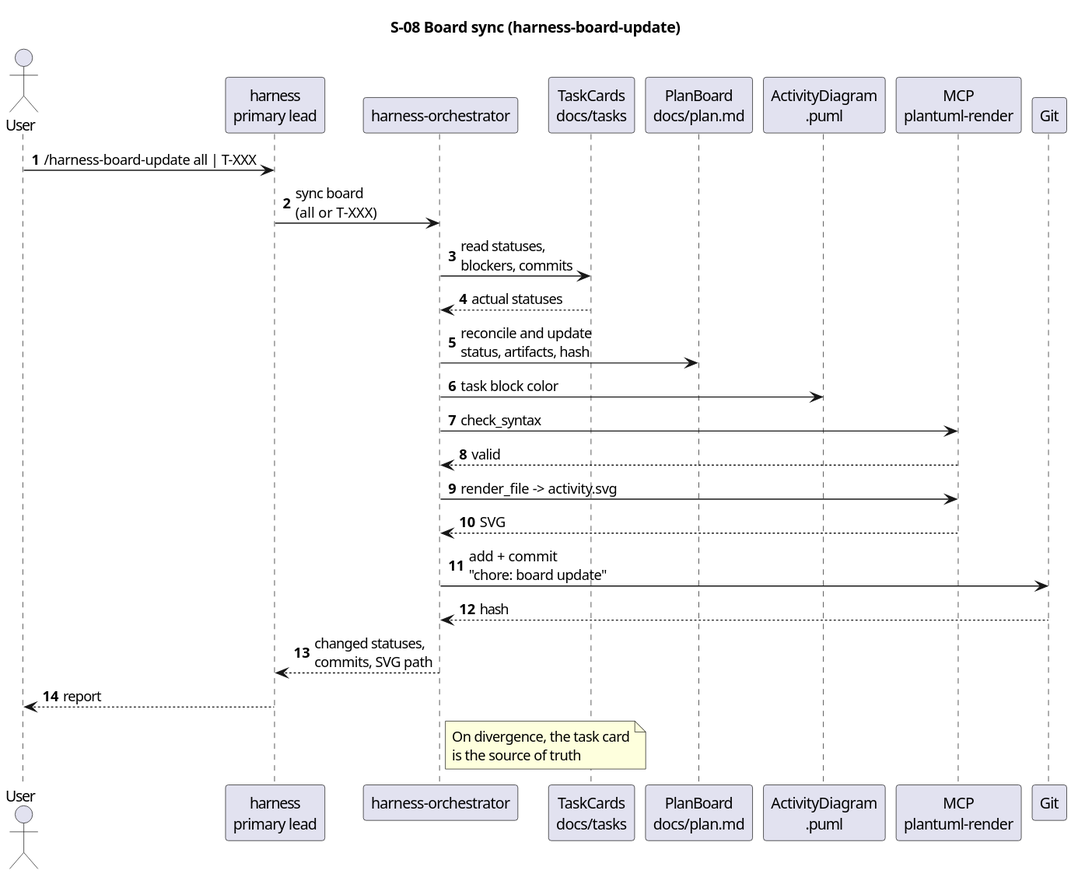
serge-sasov/harness keeps this PlantUML diagram as docs/description/diagrams/seq-08-harness-board-update.svg. Above is the earlier version.
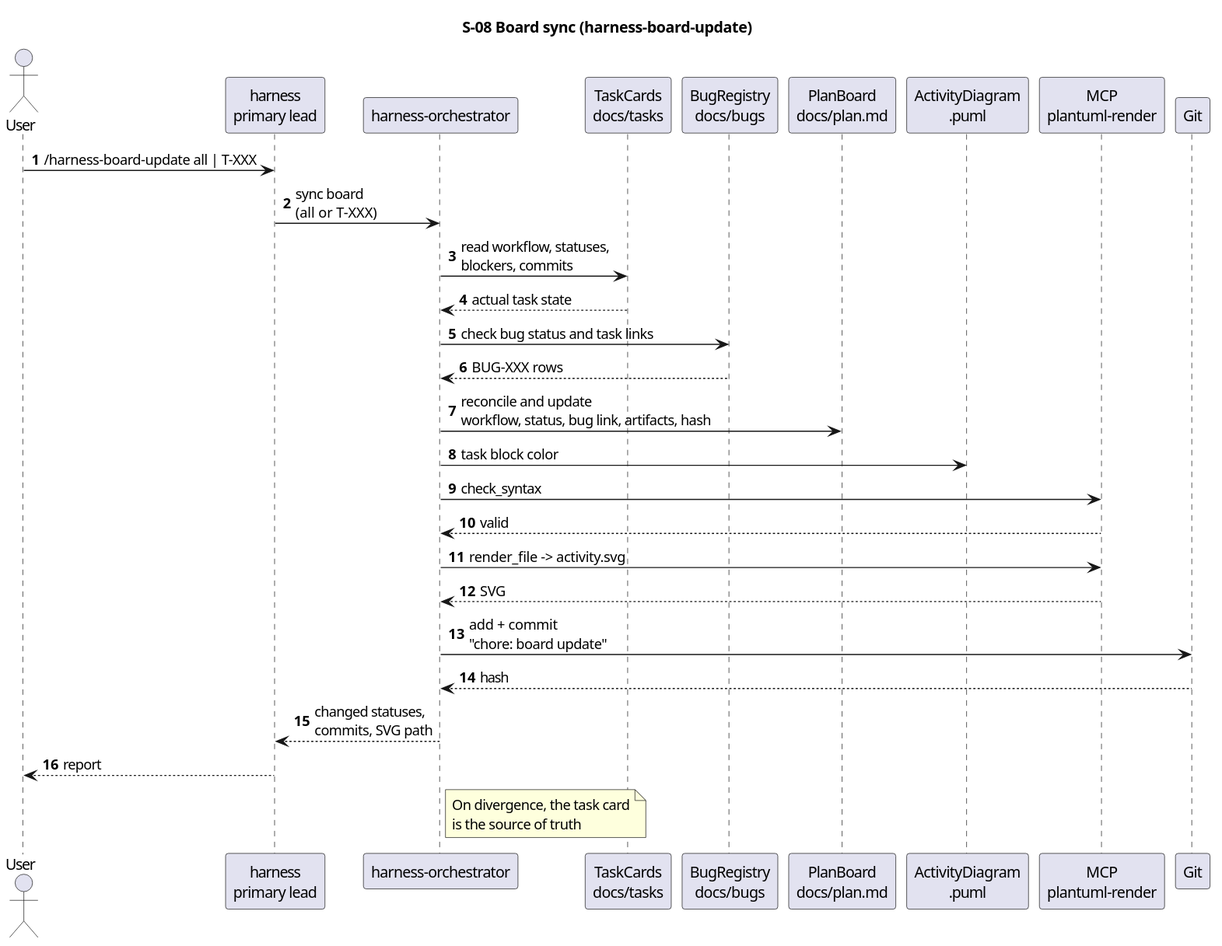
Later version of the same file.

Change to the diagram source:
```diff
@@ -7,6 +7,7 @@
 participant "harness\nprimary lead" as lead
 participant "harness-orchestrator" as orch
 participant "TaskCards\ndocs/tasks" as cards
+participant "BugRegistry\ndocs/bugs" as bugs
 participant "PlanBoard\ndocs/plan.md" as board
 participant "ActivityDiagram\n.puml" as activity
 participant "MCP\nplantuml-render" as mcp
@@ -14,9 +15,11 @@
 
 user -> lead : /harness-board-update all | T-XXX
 lead -> orch : sync board\n(all or T-XXX)
-orch -> cards : read statuses,\nblockers, commits
-cards --> orch : actual statuses
-orch -> board : reconcile and update\nstatus, artifacts, hash
+orch -> cards : read workflow, statuses,\nblockers, commits
+cards --> orch : actual task state
+orch -> bugs : check bug status and task links
+bugs --> orch : BUG-XXX rows
+orch -> board : reconcile and update\nworkflow, status, bug link, artifacts, hash
 orch -> activity : task block color
 orch -> mcp : check_syntax
 mcp --> orch : valid
```
